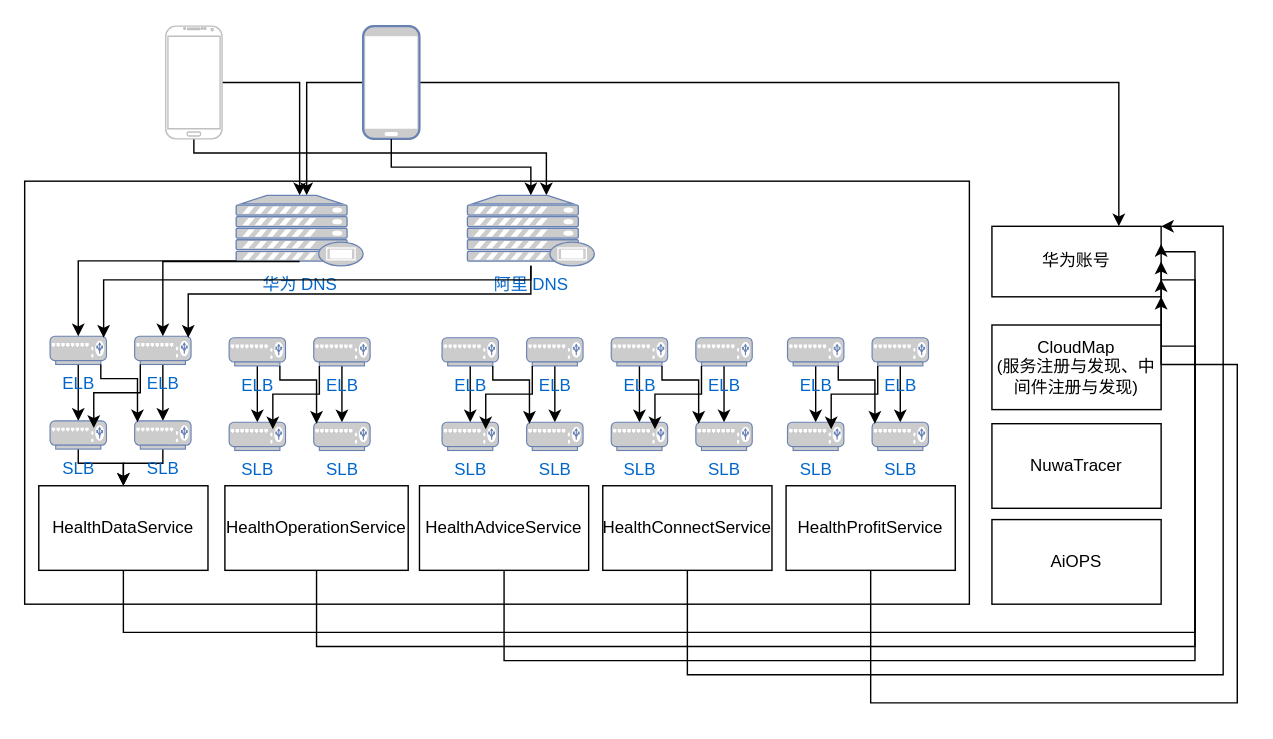
Earlier version of the draw.io diagram 运动健康云架构--第1层服务粒度架构.drawio (HuaHero/interview). Source tidied: cells renumbered, new cells numbered last; positions are measured from the earlier drawing's top-left corner, leaving out a move shared by most shapes. Both pictures are drawn from the tidied source at 141%, with x=0, y=0 at pixel (24, 25).
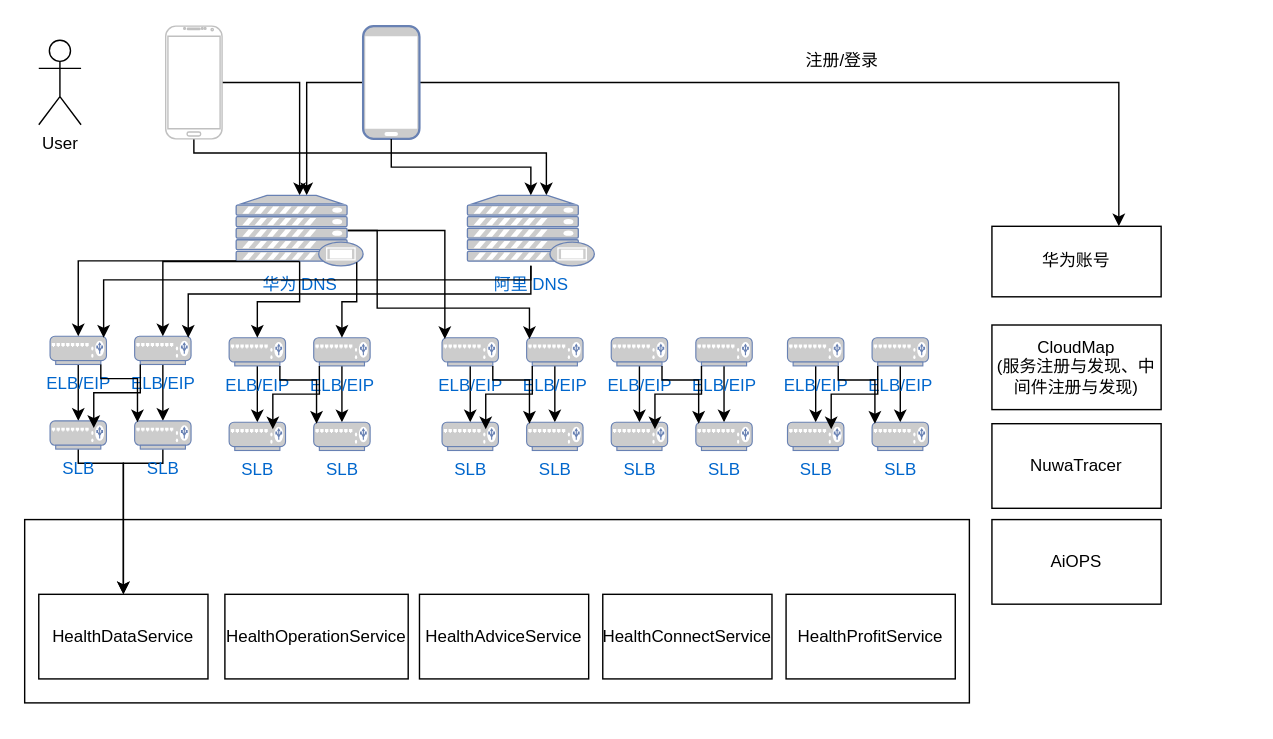
The same diagram, later.

Commit message (it also covers changes not shown here):
更新运动健康云架构--第1层服务粒度架构.drawio

Unchanged cells that the change refers to:
```xml
<mxCell id="3" value="华为账号" style="rounded=0;whiteSpace=wrap;html=1;" parent="1" vertex="1">
  <mxGeometry x="686" y="142" width="120" height="50" as="geometry" />
</mxCell>
<mxCell id="24" value="华为 DNS" style="fontColor=#0066CC;verticalAlign=top;verticalLabelPosition=bottom;labelPosition=center;align=center;html=1;outlineConnect=0;fillColor=#CCCCCC;strokeColor=#6881B3;gradientColor=none;gradientDirection=north;strokeWidth=2;shape=mxgraph.networks.proxy_server;" parent="1" vertex="1">
  <mxGeometry x="150" y="120" width="90" height="50" as="geometry" />
</mxCell>
```

Diff of the diagram source:
```diff
@@
     <mxCell id="2" style="rounded=0;whiteSpace=wrap;html=1;" parent="1" vertex="1">
-      <mxGeometry y="110" width="670" height="300" as="geometry" />
+      <mxGeometry y="350" width="670" height="130" as="geometry" />
     </mxCell>
@@
-    <mxCell id="4" style="edgeStyle=orthogonalEdgeStyle;rounded=0;jettySize=auto;html=1;exitX=0.5;exitY=1;exitDx=0;exitDy=0;entryX=1;entryY=0.5;entryDx=0;entryDy=0;" parent="1" edge="1" source="5" target="3">
-      <mxGeometry relative="1" as="geometry">
-        <Array as="points">
-          <mxPoint x="70" y="430" />
-          <mxPoint x="830" y="430" />
-          <mxPoint x="830" y="180" />
-          <mxPoint x="806" y="180" />
-        </Array>
-      </mxGeometry>
-    </mxCell>
     <mxCell id="5" value="HealthDataService" style="rounded=0;whiteSpace=wrap;html=1;" parent="1" vertex="1">
-      <mxGeometry x="10" y="326" width="120" height="60" as="geometry" />
+      <mxGeometry x="10" y="403" width="120" height="60" as="geometry" />
     </mxCell>
-    <mxCell id="6" style="edgeStyle=orthogonalEdgeStyle;rounded=0;jettySize=auto;html=1;exitX=0.5;exitY=1;exitDx=0;exitDy=0;entryX=1;entryY=0.75;entryDx=0;entryDy=0;" parent="1" edge="1" source="7" target="3">
-      <mxGeometry relative="1" as="geometry">
-        <Array as="points">
-          <mxPoint x="207" y="440" />
-          <mxPoint x="830" y="440" />
-          <mxPoint x="830" y="227" />
-        </Array>
-      </mxGeometry>
-    </mxCell>
     <mxCell id="7" value="HealthOperationService" style="rounded=0;whiteSpace=wrap;html=1;" parent="1" vertex="1">
-      <mxGeometry x="142" y="326" width="130" height="60" as="geometry" />
+      <mxGeometry x="142" y="403" width="130" height="60" as="geometry" />
     </mxCell>
-    <mxCell id="8" style="edgeStyle=orthogonalEdgeStyle;rounded=0;jettySize=auto;html=1;exitX=0.5;exitY=1;exitDx=0;exitDy=0;entryX=1;entryY=0.25;entryDx=0;entryDy=0;" parent="1" edge="1" source="9" target="3">
-      <mxGeometry relative="1" as="geometry">
-        <Array as="points">
-          <mxPoint x="340" y="450" />
-          <mxPoint x="830" y="450" />
-          <mxPoint x="830" y="160" />
-          <mxPoint x="806" y="160" />
-        </Array>
-      </mxGeometry>
-    </mxCell>
     <mxCell id="9" value="HealthAdviceService" style="rounded=0;whiteSpace=wrap;html=1;" parent="1" vertex="1">
-      <mxGeometry x="280" y="326" width="120" height="60" as="geometry" />
+      <mxGeometry x="280" y="403" width="120" height="60" as="geometry" />
     </mxCell>
-    <mxCell id="10" style="edgeStyle=orthogonalEdgeStyle;rounded=0;jettySize=auto;html=1;exitX=0.5;exitY=1;exitDx=0;exitDy=0;entryX=1;entryY=0;entryDx=0;entryDy=0;" parent="1" edge="1" source="11" target="3">
-      <mxGeometry relative="1" as="geometry">
-        <Array as="points">
-          <mxPoint x="470" y="460" />
-          <mxPoint x="850" y="460" />
-          <mxPoint x="850" y="142" />
-        </Array>
-      </mxGeometry>
-    </mxCell>
     <mxCell id="11" value="HealthConnectService" style="rounded=0;whiteSpace=wrap;html=1;" parent="1" vertex="1">
-      <mxGeometry x="410" y="326" width="120" height="60" as="geometry" />
+      <mxGeometry x="410" y="403" width="120" height="60" as="geometry" />
     </mxCell>
     <mxCell id="12" value="HealthProfitService" style="rounded=0;whiteSpace=wrap;html=1;" parent="1" vertex="1">
-      <mxGeometry x="540" y="326" width="120" height="60" as="geometry" />
+      <mxGeometry x="540" y="403" width="120" height="60" as="geometry" />
     </mxCell>
@@
-    <mxCell id="21" value="ELB" style="fontColor=#0066CC;verticalAlign=top;verticalLabelPosition=bottom;labelPosition=center;align=center;html=1;outlineConnect=0;fillColor=#CCCCCC;strokeColor=#6881B3;gradientColor=none;gradientDirection=north;strokeWidth=2;shape=mxgraph.networks.load_balancer;" parent="1" vertex="1">
+    <mxCell id="21" value="ELB/EIP" style="fontColor=#0066CC;verticalAlign=top;verticalLabelPosition=bottom;labelPosition=center;align=center;html=1;outlineConnect=0;fillColor=#CCCCCC;strokeColor=#6881B3;gradientColor=none;gradientDirection=north;strokeWidth=2;shape=mxgraph.networks.load_balancer;" parent="1" vertex="1">
       <mxGeometry x="18" y="220" width="40" height="20" as="geometry" />
     </mxCell>
@@
-    <mxCell id="23" value="ELB" style="fontColor=#0066CC;verticalAlign=top;verticalLabelPosition=bottom;labelPosition=center;align=center;html=1;outlineConnect=0;fillColor=#CCCCCC;strokeColor=#6881B3;gradientColor=none;gradientDirection=north;strokeWidth=2;shape=mxgraph.networks.load_balancer;" parent="1" vertex="1">
+    <mxCell id="23" value="ELB/EIP" style="fontColor=#0066CC;verticalAlign=top;verticalLabelPosition=bottom;labelPosition=center;align=center;html=1;outlineConnect=0;fillColor=#CCCCCC;strokeColor=#6881B3;gradientColor=none;gradientDirection=north;strokeWidth=2;shape=mxgraph.networks.load_balancer;" parent="1" vertex="1">
       <mxGeometry x="78" y="220" width="40" height="20" as="geometry" />
     </mxCell>
@@
-    <mxCell id="36" value="ELB" style="fontColor=#0066CC;verticalAlign=top;verticalLabelPosition=bottom;labelPosition=center;align=center;html=1;outlineConnect=0;fillColor=#CCCCCC;strokeColor=#6881B3;gradientColor=none;gradientDirection=north;strokeWidth=2;shape=mxgraph.networks.load_balancer;" parent="1" vertex="1">
+    <mxCell id="36" value="ELB/EIP" style="fontColor=#0066CC;verticalAlign=top;verticalLabelPosition=bottom;labelPosition=center;align=center;html=1;outlineConnect=0;fillColor=#CCCCCC;strokeColor=#6881B3;gradientColor=none;gradientDirection=north;strokeWidth=2;shape=mxgraph.networks.load_balancer;" parent="1" vertex="1">
       <mxGeometry x="145" y="221" width="40" height="20" as="geometry" />
     </mxCell>
@@
-    <mxCell id="38" value="ELB" style="fontColor=#0066CC;verticalAlign=top;verticalLabelPosition=bottom;labelPosition=center;align=center;html=1;outlineConnect=0;fillColor=#CCCCCC;strokeColor=#6881B3;gradientColor=none;gradientDirection=north;strokeWidth=2;shape=mxgraph.networks.load_balancer;" parent="1" vertex="1">
+    <mxCell id="38" value="ELB/EIP" style="fontColor=#0066CC;verticalAlign=top;verticalLabelPosition=bottom;labelPosition=center;align=center;html=1;outlineConnect=0;fillColor=#CCCCCC;strokeColor=#6881B3;gradientColor=none;gradientDirection=north;strokeWidth=2;shape=mxgraph.networks.load_balancer;" parent="1" vertex="1">
       <mxGeometry x="205" y="221" width="40" height="20" as="geometry" />
     </mxCell>
@@
-    <mxCell id="44" value="ELB" style="fontColor=#0066CC;verticalAlign=top;verticalLabelPosition=bottom;labelPosition=center;align=center;html=1;outlineConnect=0;fillColor=#CCCCCC;strokeColor=#6881B3;gradientColor=none;gradientDirection=north;strokeWidth=2;shape=mxgraph.networks.load_balancer;" parent="1" vertex="1">
+    <mxCell id="44" value="ELB/EIP" style="fontColor=#0066CC;verticalAlign=top;verticalLabelPosition=bottom;labelPosition=center;align=center;html=1;outlineConnect=0;fillColor=#CCCCCC;strokeColor=#6881B3;gradientColor=none;gradientDirection=north;strokeWidth=2;shape=mxgraph.networks.load_balancer;" parent="1" vertex="1">
       <mxGeometry x="296" y="221" width="40" height="20" as="geometry" />
     </mxCell>
@@
-    <mxCell id="46" value="ELB" style="fontColor=#0066CC;verticalAlign=top;verticalLabelPosition=bottom;labelPosition=center;align=center;html=1;outlineConnect=0;fillColor=#CCCCCC;strokeColor=#6881B3;gradientColor=none;gradientDirection=north;strokeWidth=2;shape=mxgraph.networks.load_balancer;" parent="1" vertex="1">
+    <mxCell id="46" value="ELB/EIP" style="fontColor=#0066CC;verticalAlign=top;verticalLabelPosition=bottom;labelPosition=center;align=center;html=1;outlineConnect=0;fillColor=#CCCCCC;strokeColor=#6881B3;gradientColor=none;gradientDirection=north;strokeWidth=2;shape=mxgraph.networks.load_balancer;" parent="1" vertex="1">
       <mxGeometry x="356" y="221" width="40" height="20" as="geometry" />
     </mxCell>
@@
-    <mxCell id="52" value="ELB" style="fontColor=#0066CC;verticalAlign=top;verticalLabelPosition=bottom;labelPosition=center;align=center;html=1;outlineConnect=0;fillColor=#CCCCCC;strokeColor=#6881B3;gradientColor=none;gradientDirection=north;strokeWidth=2;shape=mxgraph.networks.load_balancer;" parent="1" vertex="1">
+    <mxCell id="52" value="ELB/EIP" style="fontColor=#0066CC;verticalAlign=top;verticalLabelPosition=bottom;labelPosition=center;align=center;html=1;outlineConnect=0;fillColor=#CCCCCC;strokeColor=#6881B3;gradientColor=none;gradientDirection=north;strokeWidth=2;shape=mxgraph.networks.load_balancer;" parent="1" vertex="1">
       <mxGeometry x="416" y="221" width="40" height="20" as="geometry" />
     </mxCell>
@@
-    <mxCell id="54" value="ELB" style="fontColor=#0066CC;verticalAlign=top;verticalLabelPosition=bottom;labelPosition=center;align=center;html=1;outlineConnect=0;fillColor=#CCCCCC;strokeColor=#6881B3;gradientColor=none;gradientDirection=north;strokeWidth=2;shape=mxgraph.networks.load_balancer;" parent="1" vertex="1">
+    <mxCell id="54" value="ELB/EIP" style="fontColor=#0066CC;verticalAlign=top;verticalLabelPosition=bottom;labelPosition=center;align=center;html=1;outlineConnect=0;fillColor=#CCCCCC;strokeColor=#6881B3;gradientColor=none;gradientDirection=north;strokeWidth=2;shape=mxgraph.networks.load_balancer;" parent="1" vertex="1">
       <mxGeometry x="476" y="221" width="40" height="20" as="geometry" />
     </mxCell>
@@
-    <mxCell id="60" value="ELB" style="fontColor=#0066CC;verticalAlign=top;verticalLabelPosition=bottom;labelPosition=center;align=center;html=1;outlineConnect=0;fillColor=#CCCCCC;strokeColor=#6881B3;gradientColor=none;gradientDirection=north;strokeWidth=2;shape=mxgraph.networks.load_balancer;" parent="1" vertex="1">
+    <mxCell id="60" value="ELB/EIP" style="fontColor=#0066CC;verticalAlign=top;verticalLabelPosition=bottom;labelPosition=center;align=center;html=1;outlineConnect=0;fillColor=#CCCCCC;strokeColor=#6881B3;gradientColor=none;gradientDirection=north;strokeWidth=2;shape=mxgraph.networks.load_balancer;" parent="1" vertex="1">
       <mxGeometry x="541" y="221" width="40" height="20" as="geometry" />
     </mxCell>
@@
-    <mxCell id="62" value="ELB" style="fontColor=#0066CC;verticalAlign=top;verticalLabelPosition=bottom;labelPosition=center;align=center;html=1;outlineConnect=0;fillColor=#CCCCCC;strokeColor=#6881B3;gradientColor=none;gradientDirection=north;strokeWidth=2;shape=mxgraph.networks.load_balancer;" parent="1" vertex="1">
+    <mxCell id="62" value="ELB/EIP" style="fontColor=#0066CC;verticalAlign=top;verticalLabelPosition=bottom;labelPosition=center;align=center;html=1;outlineConnect=0;fillColor=#CCCCCC;strokeColor=#6881B3;gradientColor=none;gradientDirection=north;strokeWidth=2;shape=mxgraph.networks.load_balancer;" parent="1" vertex="1">
       <mxGeometry x="601" y="221" width="40" height="20" as="geometry" />
     </mxCell>
@@
-    <mxCell id="69" style="edgeStyle=orthogonalEdgeStyle;rounded=0;jettySize=auto;html=1;exitX=0.5;exitY=1;exitDx=0;exitDy=0;entryX=1;entryY=1;entryDx=0;entryDy=0;" parent="1" edge="1" source="12" target="3">
-      <mxGeometry relative="1" as="geometry">
-        <Array as="points">
-          <mxPoint x="600" y="480" />
-          <mxPoint x="860" y="480" />
-          <mxPoint x="860" y="240" />
-        </Array>
-      </mxGeometry>
-    </mxCell>
@@
+    <mxCell id="72" value="注册/登录" style="text;html=1;strokeColor=none;fillColor=none;align=center;verticalAlign=middle;whiteSpace=wrap;rounded=0;" parent="1" vertex="1">
+      <mxGeometry x="550" y="10" width="60" height="30" as="geometry" />
+    </mxCell>
+    <mxCell id="73" value="User" style="shape=umlActor;verticalLabelPosition=bottom;verticalAlign=top;html=1;" parent="1" vertex="1">
+      <mxGeometry x="10" y="10" width="30" height="60" as="geometry" />
+    </mxCell>
+    <mxCell id="74" style="edgeStyle=orthogonalEdgeStyle;rounded=0;jettySize=auto;html=1;exitX=0.5;exitY=0.94;exitDx=0;exitDy=0;exitPerimeter=0;entryX=0.5;entryY=0;entryDx=0;entryDy=0;entryPerimeter=0;" parent="1" edge="1" source="24" target="36">
+      <mxGeometry relative="1" as="geometry" />
+    </mxCell>
+    <mxCell id="75" style="edgeStyle=orthogonalEdgeStyle;rounded=0;jettySize=auto;html=1;exitX=0.95;exitY=0.95;exitDx=0;exitDy=0;exitPerimeter=0;entryX=0.5;entryY=0;entryDx=0;entryDy=0;entryPerimeter=0;" parent="1" edge="1" source="24" target="38">
+      <mxGeometry relative="1" as="geometry" />
+    </mxCell>
+    <mxCell id="76" style="edgeStyle=orthogonalEdgeStyle;rounded=0;jettySize=auto;html=1;exitX=0.88;exitY=0.5;exitDx=0;exitDy=0;exitPerimeter=0;entryX=0.05;entryY=0.05;entryDx=0;entryDy=0;entryPerimeter=0;" parent="1" edge="1" source="24" target="44">
+      <mxGeometry relative="1" as="geometry" />
+    </mxCell>
+    <mxCell id="77" style="edgeStyle=orthogonalEdgeStyle;rounded=0;jettySize=auto;html=1;exitX=0.88;exitY=0.5;exitDx=0;exitDy=0;exitPerimeter=0;entryX=0.05;entryY=0.05;entryDx=0;entryDy=0;entryPerimeter=0;" parent="1" edge="1" source="24" target="46">
+      <mxGeometry relative="1" as="geometry">
+        <Array as="points">
+          <mxPoint x="250" y="145" />
+          <mxPoint x="250" y="200" />
+          <mxPoint x="358" y="200" />
+        </Array>
+      </mxGeometry>
+    </mxCell>
```
